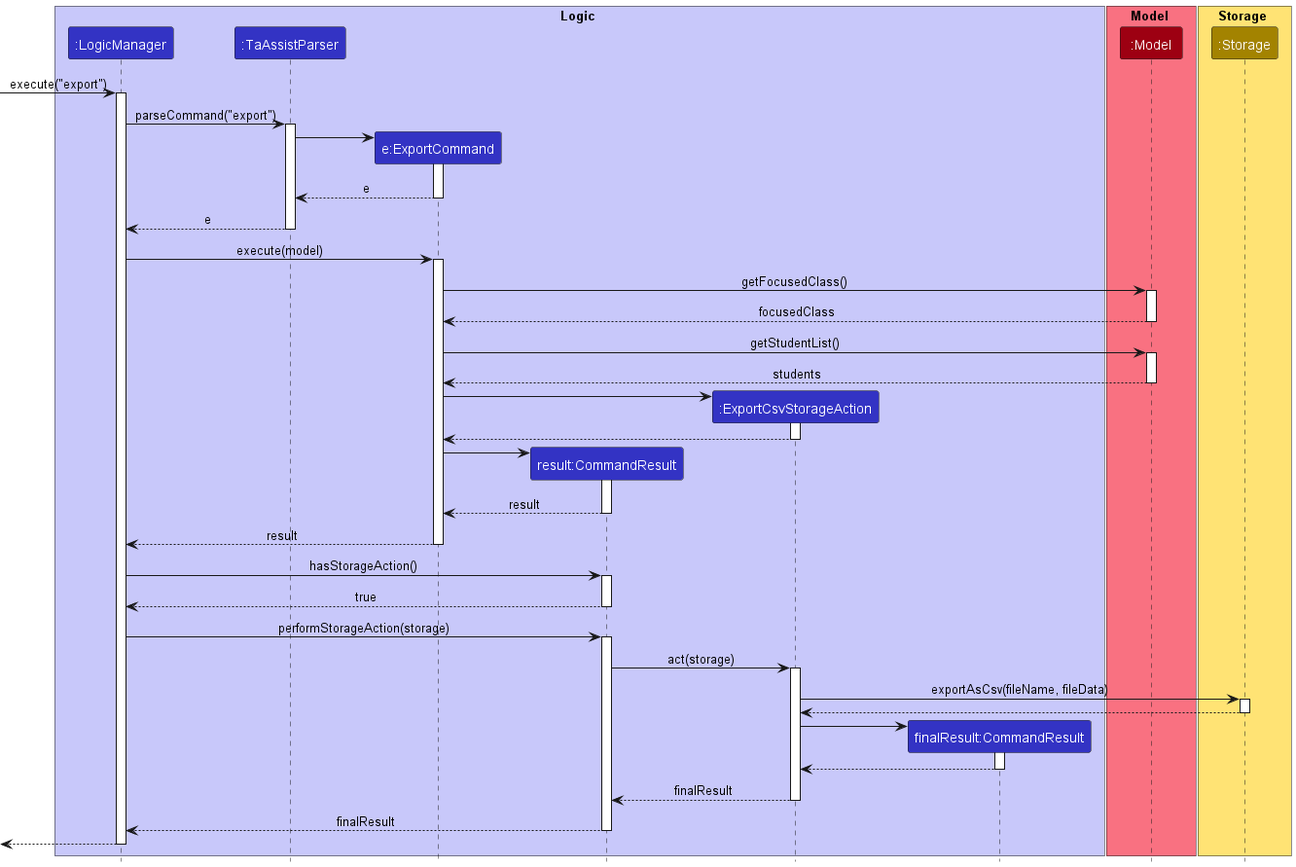
nus-cs2103-AY2223S1/tp keeps this PlantUML diagram as docs/images/ExportCommandSequenceDiagram.png. Above is the earlier version.
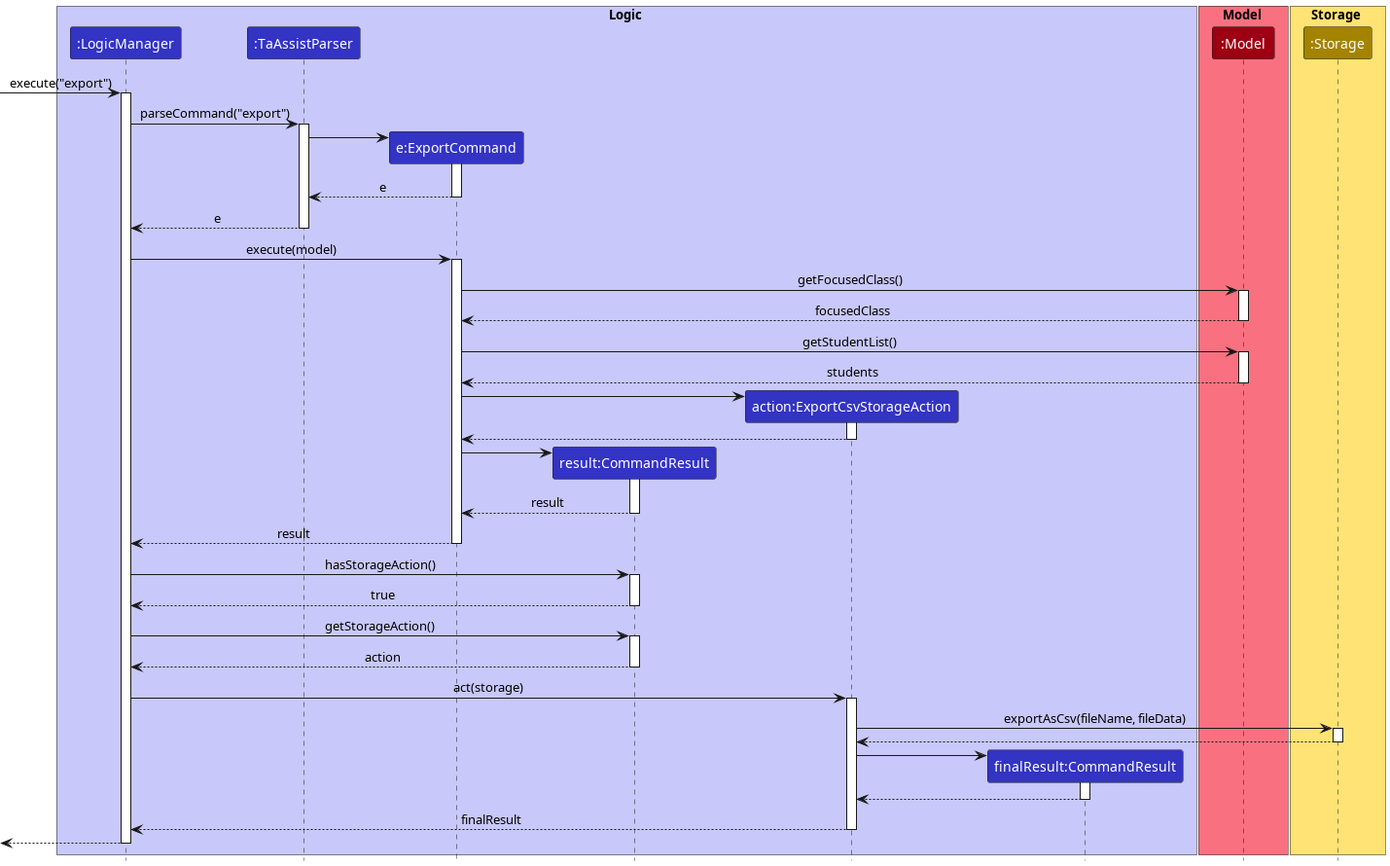
Above is the later version.

Commit message:
Update export diagrams

The edit, as a diff of the source:
```diff
@@ -6,7 +6,7 @@
 participant ":TaAssistParser" as TaAssistParser LOGIC_COLOR
 participant "e:ExportCommand" as ExportCommand LOGIC_COLOR
 participant "result:CommandResult" as CommandResult LOGIC_COLOR
-participant ":ExportCsvStorageAction" as ExportCsvStorageAction LOGIC_COLOR
+participant "action:ExportCsvStorageAction" as ExportCsvStorageAction LOGIC_COLOR
 participant "finalResult:CommandResult" as CommandResult2 LOGIC_COLOR
 end box
 
@@ -72,10 +72,12 @@
 CommandResult --> LogicManager : true
 deactivate CommandResult
 
-LogicManager -> CommandResult : performStorageAction(storage)
+LogicManager -> CommandResult: getStorageAction()
 activate CommandResult
+CommandResult --> LogicManager : action
+deactivate CommandResult
 
-CommandResult -> ExportCsvStorageAction : act(storage)
+LogicManager -> ExportCsvStorageAction : act(storage)
 activate ExportCsvStorageAction
 
 ExportCsvStorageAction -> Storage : exportAsCsv(fileName, fileData)
@@ -91,11 +93,8 @@
 CommandResult2 --> ExportCsvStorageAction
 deactivate CommandResult2
 
-ExportCsvStorageAction --> CommandResult : finalResult
+ExportCsvStorageAction --> LogicManager : finalResult
 deactivate ExportCsvStorageAction
-
-CommandResult --> LogicManager : finalResult
-deactivate CommandResult
 
 [<--LogicManager
 deactivate LogicManager
```
